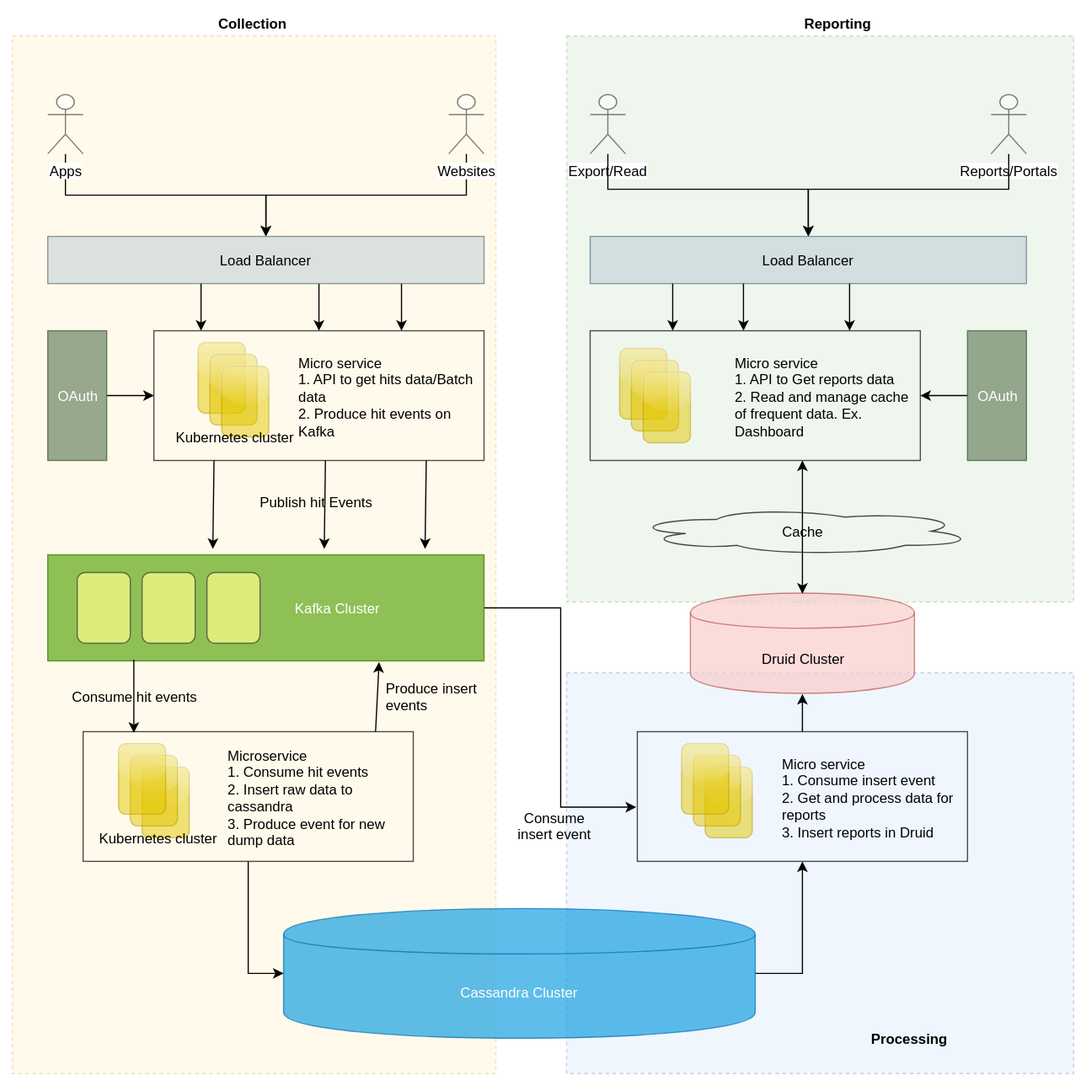
The draw.io diagram designChallenge/images/analytic_system_design.svg in vitthalaa/PPChallenge, before a commit. Source tidied: cells renumbered, new cells last; positions are measured from the earlier drawing's top-left corner, leaving out a move shared by most shapes.
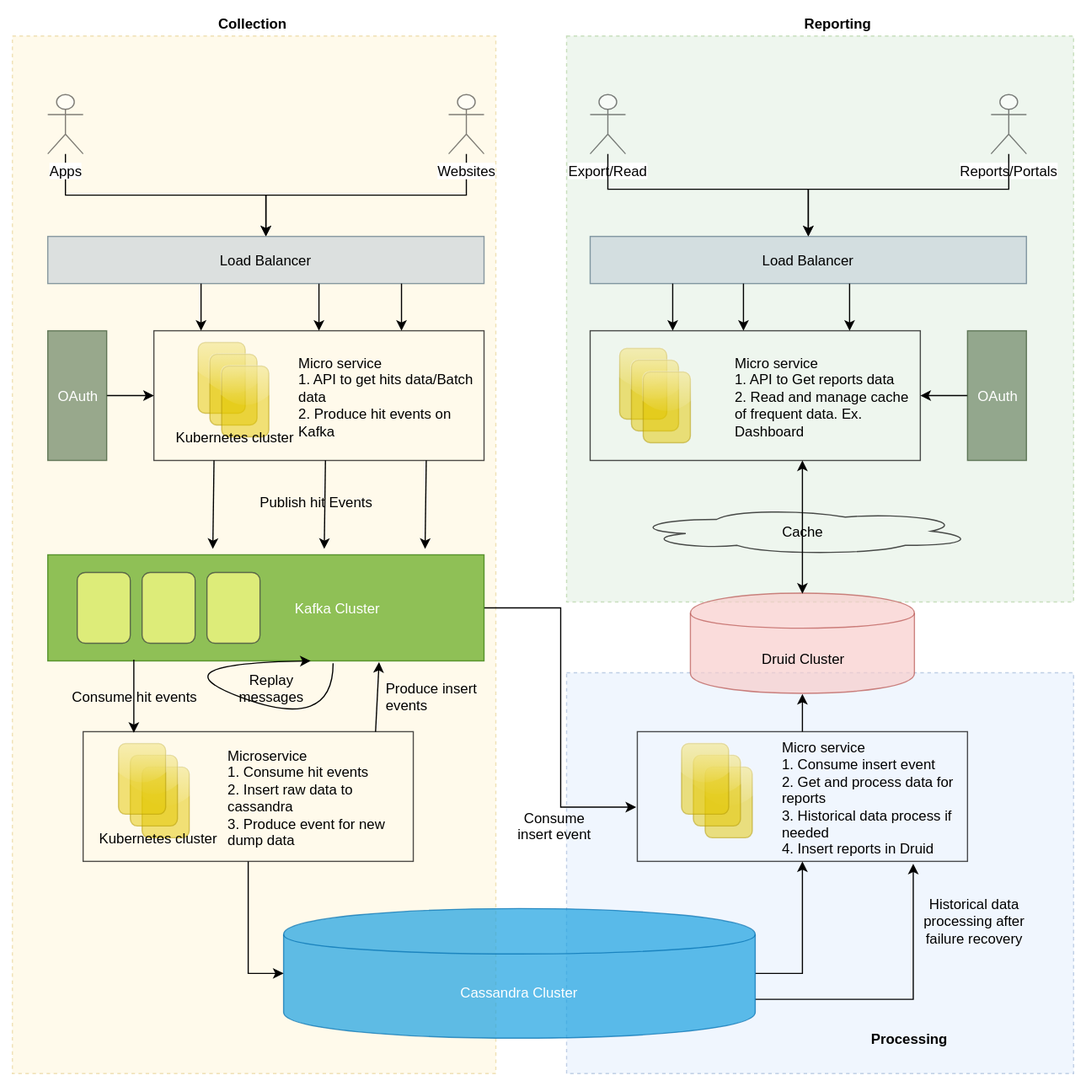
Above is the later version.

What changed in the source:
```diff
@@ -105,6 +105,9 @@
     <mxCell id="28" style="edgeStyle=orthogonalEdgeStyle;rounded=0;jettySize=auto;html=1;exitX=1;exitY=0.5;exitDx=0;exitDy=0;entryX=0.5;entryY=1;entryDx=0;entryDy=0;" parent="1" edge="1" source="29" target="40">
       <mxGeometry relative="1" as="geometry" />
     </mxCell>
+    <mxCell id="67" style="edgeStyle=orthogonalEdgeStyle;rounded=0;jettySize=auto;html=1;exitX=1;exitY=0.7;exitDx=0;exitDy=0;entryX=0.836;entryY=1.018;entryDx=0;entryDy=0;entryPerimeter=0;" parent="1" edge="1" source="29" target="40">
+      <mxGeometry relative="1" as="geometry" />
+    </mxCell>
     <mxCell id="29" value="Cassandra Cluster" style="shape=cylinder;whiteSpace=wrap;html=1;boundedLbl=1;backgroundOutline=1;rounded=0;shadow=0;glass=0;comic=0;strokeWidth=1;fillColor=#1ba1e2;opacity=70;strokeColor=#006EAF;fontColor=#ffffff;" parent="1" vertex="1">
       <mxGeometry x="230" y="760" width="400" height="110" as="geometry" />
     </mxCell>
@@ -142,7 +145,7 @@
     <mxCell id="39" style="edgeStyle=orthogonalEdgeStyle;rounded=0;jettySize=auto;html=1;exitX=0.5;exitY=0;exitDx=0;exitDy=0;entryX=0.5;entryY=1;entryDx=0;entryDy=0;" parent="1" edge="1" source="40" target="47">
       <mxGeometry relative="1" as="geometry" />
     </mxCell>
-    <mxCell id="40" value="&lt;blockquote style=&quot;margin: 0 0 0 40px ; border: none ; padding: 0px&quot;&gt;&lt;blockquote style=&quot;margin: 0 0 0 40px ; border: none ; padding: 0px&quot;&gt;&lt;blockquote style=&quot;margin: 0 0 0 40px ; border: none ; padding: 0px&quot;&gt;Micro service&lt;/blockquote&gt;&lt;/blockquote&gt;&lt;blockquote style=&quot;margin: 0 0 0 40px ; border: none ; padding: 0px&quot;&gt;&lt;blockquote style=&quot;margin: 0 0 0 40px ; border: none ; padding: 0px&quot;&gt;1. Consume insert event&lt;br&gt;2. Get and process data for reports&lt;br&gt;3. Insert reports in D&lt;span&gt;ruid&lt;/span&gt;&lt;/blockquote&gt;&lt;/blockquote&gt;&lt;/blockquote&gt;" style="rounded=0;whiteSpace=wrap;html=1;shadow=0;glass=0;comic=0;opacity=70;strokeWidth=1;fillColor=none;align=left;" parent="1" vertex="1">
+    <mxCell id="40" value="&lt;blockquote style=&quot;margin: 0 0 0 40px ; border: none ; padding: 0px&quot;&gt;&lt;blockquote style=&quot;margin: 0 0 0 40px ; border: none ; padding: 0px&quot;&gt;&lt;blockquote style=&quot;margin: 0 0 0 40px ; border: none ; padding: 0px&quot;&gt;Micro service&lt;/blockquote&gt;&lt;/blockquote&gt;&lt;blockquote style=&quot;margin: 0 0 0 40px ; border: none ; padding: 0px&quot;&gt;&lt;blockquote style=&quot;margin: 0 0 0 40px ; border: none ; padding: 0px&quot;&gt;1. Consume insert event&lt;br&gt;2. Get and process data for reports&lt;/blockquote&gt;&lt;blockquote style=&quot;margin: 0 0 0 40px ; border: none ; padding: 0px&quot;&gt;3. Historical data process if needed&lt;br&gt;4. Insert reports in D&lt;span&gt;ruid&lt;/span&gt;&lt;/blockquote&gt;&lt;/blockquote&gt;&lt;/blockquote&gt;" style="rounded=0;whiteSpace=wrap;html=1;shadow=0;glass=0;comic=0;opacity=70;strokeWidth=1;fillColor=none;align=left;" parent="1" vertex="1">
       <mxGeometry x="530" y="610" width="280" height="110" as="geometry" />
     </mxCell>
     <mxCell id="41" style="rounded=1;whiteSpace=wrap;html=1;shadow=0;glass=1;comic=0;opacity=50;fillColor=#e3c800;strokeColor=#B09500;fontColor=#ffffff;" parent="1" vertex="1">
@@ -254,5 +257,19 @@
     <mxCell id="66" value="Reporting" style="text;html=1;align=left;verticalAlign=top;spacingTop=-4;fontStyle=1;" parent="1" vertex="1">
       <mxGeometry x="670" width="70" height="20" as="geometry" />
     </mxCell>
+    <mxCell id="68" style="curved=1;endArrow=classic;html=1;exitX=0.654;exitY=1.022;exitDx=0;exitDy=0;exitPerimeter=0;entryX=0.603;entryY=1;entryDx=0;entryDy=0;entryPerimeter=0;" parent="1" edge="1" source="21" target="21">
+      <mxGeometry relative="1" as="geometry">
+        <Array as="points">
+          <mxPoint x="272" y="610" />
+          <mxPoint x="117.5" y="552.5" />
+        </Array>
+      </mxGeometry>
+    </mxCell>
+    <mxCell id="69" value="Replay messages" style="text;html=1;strokeColor=none;fillColor=none;align=center;verticalAlign=middle;whiteSpace=wrap;rounded=0;" parent="1" vertex="1">
+      <mxGeometry x="200" y="562.5" width="40" height="20" as="geometry" />
+    </mxCell>
+    <mxCell id="70" value="Historical data processing after failure recovery" style="text;html=1;strokeColor=none;fillColor=none;align=center;verticalAlign=middle;whiteSpace=wrap;rounded=0;" parent="1" vertex="1">
+      <mxGeometry x="770.5" y="760" width="90" height="20" as="geometry" />
+    </mxCell>
   </root>
 </mxGraphModel>
```
